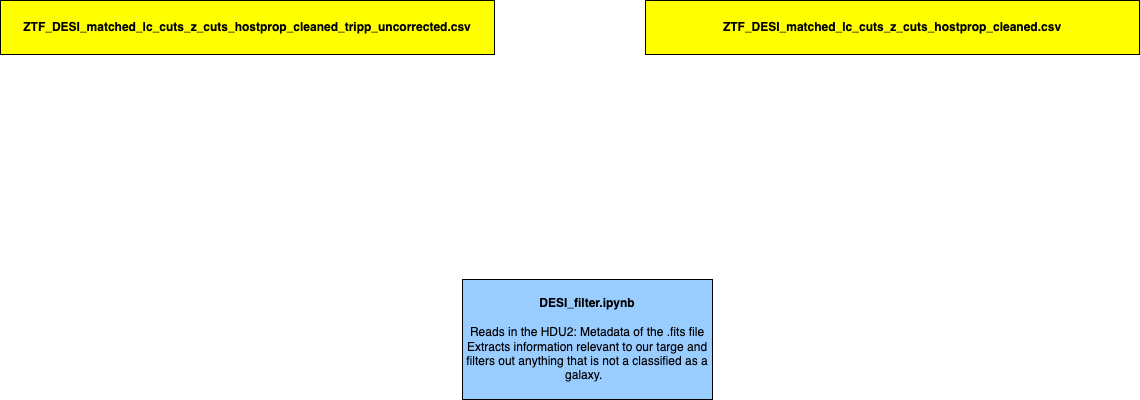
Earlier version of the draw.io export ZTF_DESI_ml_work/ZTF_DESI_ml_work.drawio.png (mwvgroup/myc21_first_paper). Source tidied: cells renumbered, new cells last; positions are measured from the earlier drawing's top-left corner, leaving out a move shared by most shapes.
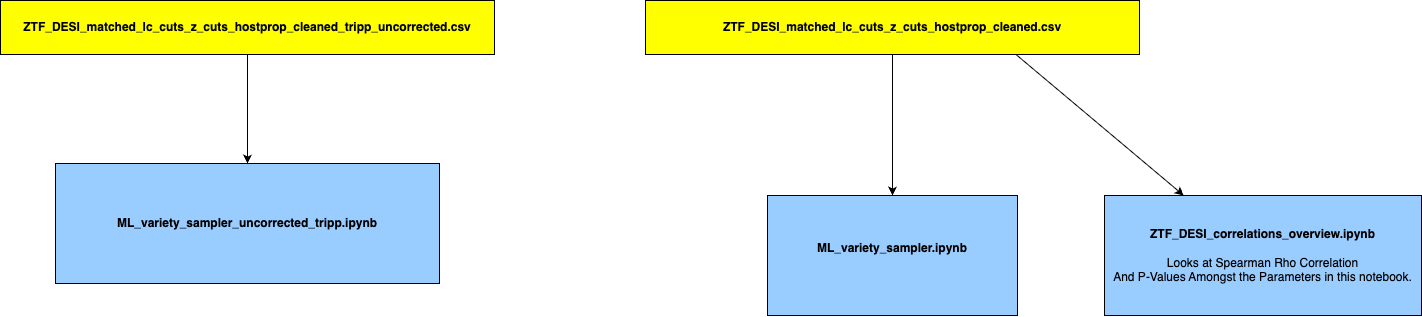
The same file after the commit.

What changed in the source:
```diff
@@ -2,14 +2,29 @@
   <root>
     <mxCell id="0" />
     <mxCell id="1" parent="0" />
+    <mxCell id="5" style="edgeStyle=none;html=1;" parent="1" edge="1" source="2" target="7">
+      <mxGeometry relative="1" as="geometry" />
+    </mxCell>
     <mxCell id="2" value="&lt;div&gt;&lt;b&gt;ZTF_DESI_matched_lc_cuts_z_cuts_hostprop_cleaned_tripp_uncorrected.csv&lt;/b&gt;&lt;/div&gt;" style="rounded=0;whiteSpace=wrap;html=1;fillColor=#FFFF00;" parent="1" vertex="1">
       <mxGeometry width="494" height="54" as="geometry" />
     </mxCell>
+    <mxCell id="6" style="edgeStyle=none;html=1;" parent="1" edge="1" source="3" target="4">
+      <mxGeometry relative="1" as="geometry" />
+    </mxCell>
     <mxCell id="3" value="&lt;b&gt;ZTF_DESI_matched_lc_cuts_z_cuts_hostprop_cleaned.csv&lt;/b&gt;" style="rounded=0;whiteSpace=wrap;html=1;fillColor=#FFFF00;" parent="1" vertex="1">
       <mxGeometry x="645" width="494" height="54" as="geometry" />
     </mxCell>
-    <mxCell id="4" value="&lt;b&gt;DESI_filter.ipynb&lt;/b&gt;&lt;div&gt;&lt;br&gt;&lt;/div&gt;&lt;div&gt;Reads in the HDU2: Metadata of the .fits file&lt;/div&gt;&lt;div&gt;Extracts information relevant to our targe and filters out anything that is not a classified as a galaxy.&amp;nbsp;&lt;span style=&quot;background-color: transparent; color: rgb(63, 63, 63);&quot;&gt;&amp;nbsp;&lt;/span&gt;&lt;/div&gt;" style="rounded=0;whiteSpace=wrap;html=1;fillColor=#99CCFF;" parent="1" vertex="1">
-      <mxGeometry x="462" y="279" width="250" height="120" as="geometry" />
+    <mxCell id="4" value="&lt;div&gt;&lt;b&gt;ML_variety_sampler.ipynb&lt;/b&gt;&lt;/div&gt;&lt;div&gt;&lt;br&gt;&lt;/div&gt;" style="rounded=0;whiteSpace=wrap;html=1;fillColor=#99CCFF;" parent="1" vertex="1">
+      <mxGeometry x="767" y="195" width="250" height="120" as="geometry" />
     </mxCell>
+    <mxCell id="7" value="&lt;div&gt;&lt;b&gt;ML_variety_sampler_uncorrected_tripp.ipynb&lt;/b&gt;&lt;/div&gt;" style="rounded=0;whiteSpace=wrap;html=1;fillColor=#99CCFF;" parent="1" vertex="1">
+      <mxGeometry x="55" y="163" width="384" height="120" as="geometry" />
+    </mxCell>
+    <mxCell id="8" value="&lt;div&gt;&lt;b&gt;ZTF_DESI_correlations_overview.ipynb&lt;/b&gt;&lt;/div&gt;&lt;div&gt;&lt;br&gt;Looks at Spearman Rho Correlation&lt;/div&gt;&lt;div&gt;And P-Values Amongst the Parameters in this notebook.&lt;/div&gt;" style="rounded=0;whiteSpace=wrap;html=1;fillColor=#99CCFF;" parent="1" vertex="1">
+      <mxGeometry x="1104" y="195" width="317" height="120" as="geometry" />
+    </mxCell>
+    <mxCell id="9" style="edgeStyle=none;html=1;entryX=0.25;entryY=0;entryDx=0;entryDy=0;exitX=0.75;exitY=1;exitDx=0;exitDy=0;" parent="1" edge="1" source="3" target="8">
+      <mxGeometry relative="1" as="geometry" />
+    </mxCell>
   </root>
 </mxGraphModel>
```
